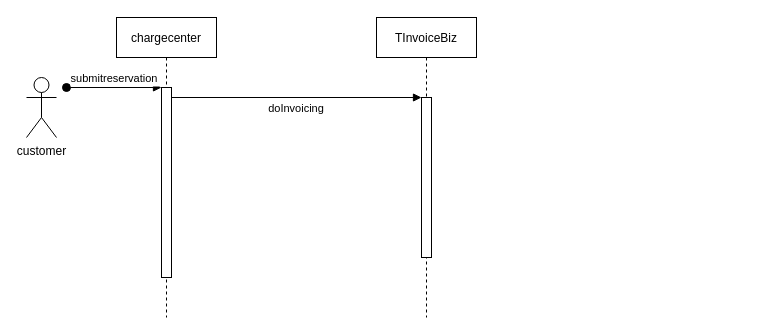
The draw.io diagram customer_reservation.drawio in yi2003/diagram, before the edit. Source tidied: cells renumbered, new cells numbered last; positions are measured from the earlier drawing's top-left corner, leaving out a move shared by most shapes. Both pictures are drawn from the tidied source at 100%, with x=0, y=0 at pixel (26, 17).
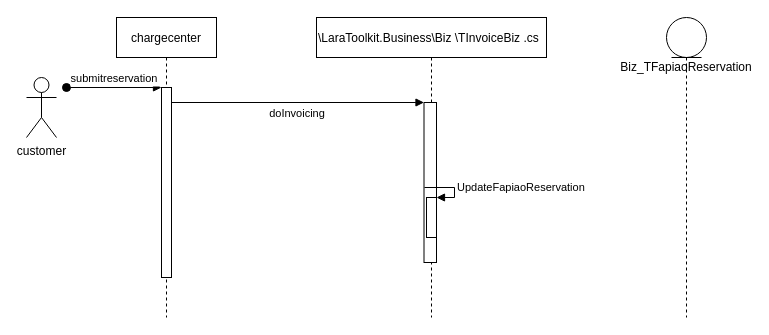
After the change.

The edit, as a diff of the source:
```diff
@@
 <mxGraphModel>
   <root>
     <mxCell id="0" />
     <mxCell id="1" parent="0" />
     <mxCell id="2" value="chargecenter" style="shape=umlLifeline;perimeter=lifelinePerimeter;rounded=0;shadow=0;strokeWidth=1;" parent="1" vertex="1">
       <mxGeometry x="90" width="100" height="300" as="geometry" />
     </mxCell>
     <mxCell id="3" style="points=[];perimeter=orthogonalPerimeter;rounded=0;shadow=0;strokeWidth=1;" parent="2" vertex="1">
       <mxGeometry x="45" y="70" width="10" height="190" as="geometry" />
     </mxCell>
     <mxCell id="4" value="submitreservation" style="verticalAlign=bottom;startArrow=oval;endArrow=block;startSize=8;shadow=0;strokeWidth=1;" parent="2" edge="1" target="3">
       <mxGeometry relative="1" as="geometry">
         <mxPoint x="-50" y="70" as="sourcePoint" />
       </mxGeometry>
     </mxCell>
-    <mxCell id="5" value="TInvoiceBiz" style="shape=umlLifeline;perimeter=lifelinePerimeter;rounded=0;shadow=0;strokeWidth=1;" parent="1" vertex="1">
-      <mxGeometry x="350" width="100" height="300" as="geometry" />
+    <mxCell id="5" value="\LaraToolkit.Business\Biz \TInvoiceBiz .cs" style="shape=umlLifeline;perimeter=lifelinePerimeter;rounded=0;shadow=0;strokeWidth=1;align=left;" parent="1" vertex="1">
+      <mxGeometry x="290" width="230" height="300" as="geometry" />
     </mxCell>
     <mxCell id="6" style="points=[];perimeter=orthogonalPerimeter;rounded=0;shadow=0;strokeWidth=1;" parent="5" vertex="1">
-      <mxGeometry x="45" y="80" width="10" height="160" as="geometry" />
+      <mxGeometry x="107.5" y="85" width="12.5" height="160" as="geometry" />
     </mxCell>
+    <mxCell id="9" style="html=1;points=[];perimeter=orthogonalPerimeter;" parent="5" vertex="1">
+      <mxGeometry x="110" y="180" width="10" height="40" as="geometry" />
+    </mxCell>
+    <mxCell id="10" value="UpdateFapiaoReservation" style="edgeStyle=orthogonalEdgeStyle;html=1;align=left;spacingLeft=2;endArrow=block;rounded=0;entryX=1;entryY=0;" parent="5" edge="1" target="9">
+      <mxGeometry relative="1" as="geometry">
+        <mxPoint x="108" y="170" as="sourcePoint" />
+        <Array as="points">
+          <mxPoint x="138" y="170" />
+        </Array>
+      </mxGeometry>
+    </mxCell>
     <mxCell id="7" value="doInvoicing" style="verticalAlign=bottom;endArrow=block;entryX=0;entryY=0;shadow=0;strokeWidth=1;" parent="1" edge="1" source="3" target="6">
       <mxGeometry y="-20" relative="1" as="geometry" />
     </mxCell>
     <mxCell id="8" value="customer" style="shape=umlActor;verticalLabelPosition=bottom;verticalAlign=top;html=1;" parent="1" vertex="1">
       <mxGeometry y="60" width="30" height="60" as="geometry" />
     </mxCell>
+    <mxCell id="11" value="Biz_TFapiaoReservation" style="shape=umlLifeline;participant=umlEntity;perimeter=lifelinePerimeter;whiteSpace=wrap;html=1;verticalAlign=top;spacingTop=36;" parent="1" vertex="1">
+      <mxGeometry x="640" width="40" height="300" as="geometry" />
+    </mxCell>
   </root>
 </mxGraphModel>
```
